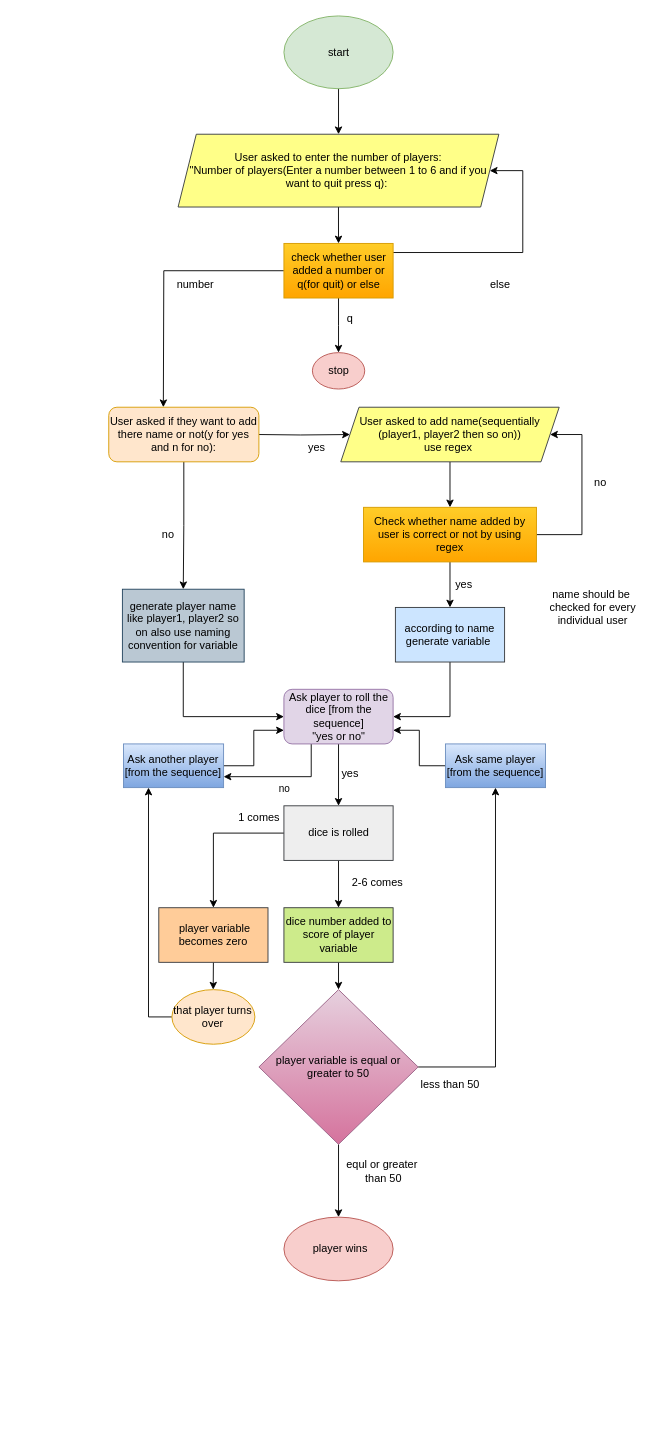
Before: PIG/PIG flowchart.drawio in amanarya1r/Python_Projects, a draw.io diagram. Source tidied: cells renumbered, new cells numbered last; positions are measured from the earlier drawing's top-left corner, leaving out a move shared by most shapes. Both pictures are drawn from the tidied source at 91%, with x=0, y=0 at pixel (108, 15).
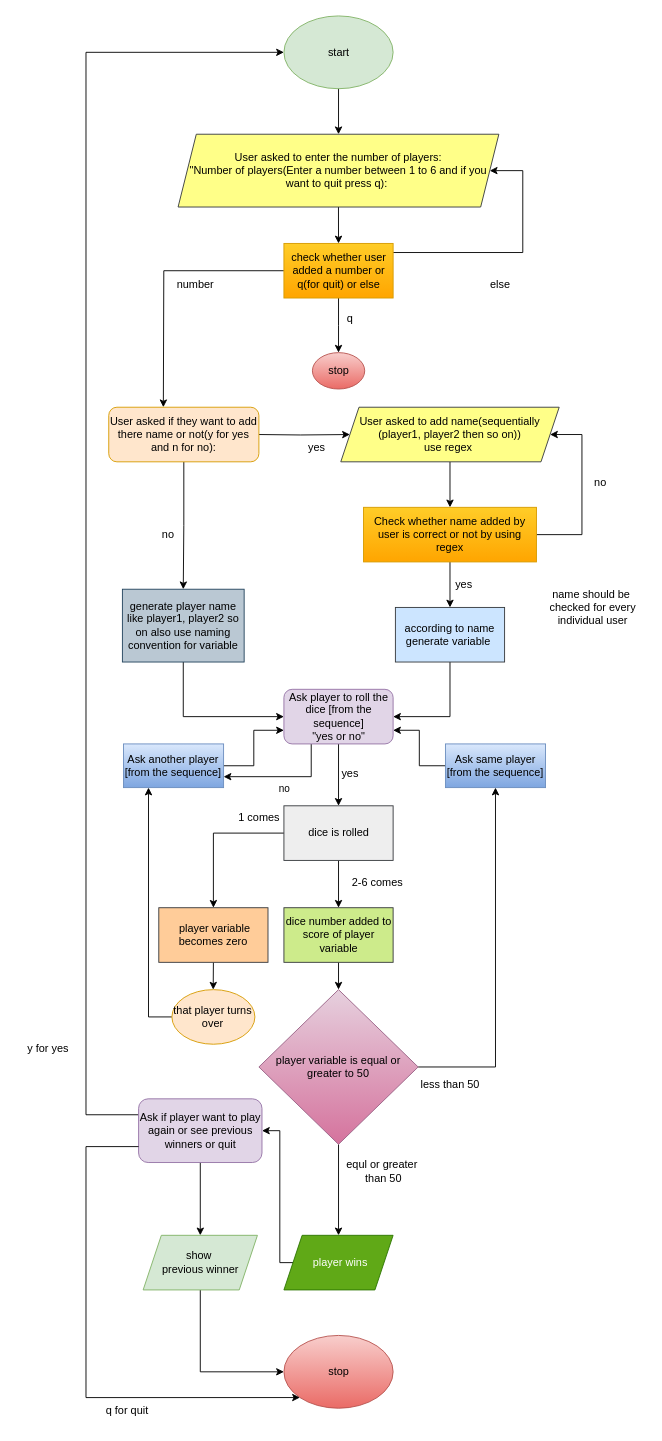
The same diagram, later.

Commit message:
flowchart diagram is saved

Unchanged cells that the change refers to:
```xml
<mxCell id="40" value="start" style="ellipse;whiteSpace=wrap;html=1;fillColor=#d5e8d4;strokeColor=#82b366;" parent="1" vertex="1">
  <mxGeometry x="192.5" width="120" height="80" as="geometry" />
</mxCell>
```

What changed in the source:
```diff
@@
-    <mxCell id="41" value="stop" style="ellipse;whiteSpace=wrap;html=1;fillColor=#f8cecc;strokeColor=#b85450;" parent="1" vertex="1">
+    <mxCell id="41" value="stop" style="ellipse;whiteSpace=wrap;html=1;fillColor=#f8cecc;strokeColor=#b85450;gradientColor=#ea6b66;" parent="1" vertex="1">
       <mxGeometry x="223.8" y="370" width="57.5" height="40" as="geometry" />
     </mxCell>
@@
-    <mxCell id="48" value="&amp;nbsp;player wins" style="ellipse;whiteSpace=wrap;html=1;fillColor=#f8cecc;strokeColor=#b85450;" parent="1" vertex="1">
-      <mxGeometry x="192.5" y="1320" width="120" height="70" as="geometry" />
-    </mxCell>
@@
+    <mxCell id="57" style="edgeStyle=orthogonalEdgeStyle;rounded=0;jettySize=auto;html=1;exitX=0;exitY=0.5;exitDx=0;exitDy=0;entryX=1;entryY=0.5;entryDx=0;entryDy=0;" parent="1" edge="1" source="48" target="60">
+      <mxGeometry relative="1" as="geometry">
+        <Array as="points">
+          <mxPoint x="188" y="1370" />
+          <mxPoint x="188" y="1225" />
+        </Array>
+      </mxGeometry>
+    </mxCell>
+    <mxCell id="48" value="&amp;nbsp;player wins" style="shape=parallelogram;perimeter=parallelogramPerimeter;whiteSpace=wrap;html=1;fixedSize=1;fillColor=#60a917;fontColor=#ffffff;strokeColor=#2D7600;" parent="1" vertex="1">
+      <mxGeometry x="192.5" y="1340" width="120" height="60" as="geometry" />
+    </mxCell>
+    <mxCell id="58" style="edgeStyle=orthogonalEdgeStyle;rounded=0;jettySize=auto;html=1;exitX=0.5;exitY=1;exitDx=0;exitDy=0;entryX=0.5;entryY=0;entryDx=0;entryDy=0;" parent="1" edge="1" source="60" target="62">
+      <mxGeometry relative="1" as="geometry" />
+    </mxCell>
+    <mxCell id="59" style="edgeStyle=orthogonalEdgeStyle;rounded=0;jettySize=auto;html=1;exitX=0;exitY=0.25;exitDx=0;exitDy=0;entryX=0;entryY=0.5;entryDx=0;entryDy=0;" parent="1" edge="1" source="60" target="40">
+      <mxGeometry relative="1" as="geometry">
+        <Array as="points">
+          <mxPoint x="-25" y="1208" />
+          <mxPoint x="-25" y="40" />
+        </Array>
+      </mxGeometry>
+    </mxCell>
+    <mxCell id="60" value="Ask if player want to play again or see previous winners or quit" style="rounded=1;whiteSpace=wrap;html=1;fillColor=#e1d5e7;strokeColor=#9673a6;" parent="1" vertex="1">
+      <mxGeometry x="32.8" y="1190" width="135.6" height="70" as="geometry" />
+    </mxCell>
+    <mxCell id="61" style="edgeStyle=orthogonalEdgeStyle;rounded=0;jettySize=auto;html=1;exitX=0.5;exitY=1;exitDx=0;exitDy=0;entryX=0;entryY=0.5;entryDx=0;entryDy=0;" parent="1" edge="1" source="62" target="63">
+      <mxGeometry relative="1" as="geometry" />
+    </mxCell>
+    <mxCell id="62" value="show&amp;nbsp;&lt;div&gt;previous winner&lt;/div&gt;" style="shape=parallelogram;perimeter=parallelogramPerimeter;whiteSpace=wrap;html=1;fixedSize=1;fillColor=#d5e8d4;strokeColor=#82b366;" parent="1" vertex="1">
+      <mxGeometry x="37.8" y="1340" width="125.6" height="60" as="geometry" />
+    </mxCell>
+    <mxCell id="63" value="stop" style="ellipse;whiteSpace=wrap;html=1;fillColor=#f8cecc;strokeColor=#b85450;gradientColor=#ea6b66;" parent="1" vertex="1">
+      <mxGeometry x="192.5" y="1450" width="120" height="80" as="geometry" />
+    </mxCell>
+    <mxCell id="64" style="edgeStyle=orthogonalEdgeStyle;rounded=0;jettySize=auto;html=1;exitX=0;exitY=0.75;exitDx=0;exitDy=0;entryX=0;entryY=1;entryDx=0;entryDy=0;" parent="1" edge="1" source="60" target="63">
+      <mxGeometry relative="1" as="geometry">
+        <Array as="points">
+          <mxPoint x="-25" y="1243" />
+          <mxPoint x="-25" y="1518" />
+        </Array>
+      </mxGeometry>
+    </mxCell>
+    <mxCell id="65" value="q for quit" style="text;html=1;align=center;verticalAlign=middle;strokeColor=none;fillColor=none;" parent="1" vertex="1">
+      <mxGeometry x="-15" y="1518" width="70" height="30" as="geometry" />
+    </mxCell>
+    <mxCell id="66" value="y for yes" style="text;html=1;align=center;verticalAlign=middle;strokeColor=none;fillColor=none;" parent="1" vertex="1">
+      <mxGeometry x="-102" y="1120" width="70" height="30" as="geometry" />
+    </mxCell>
```
